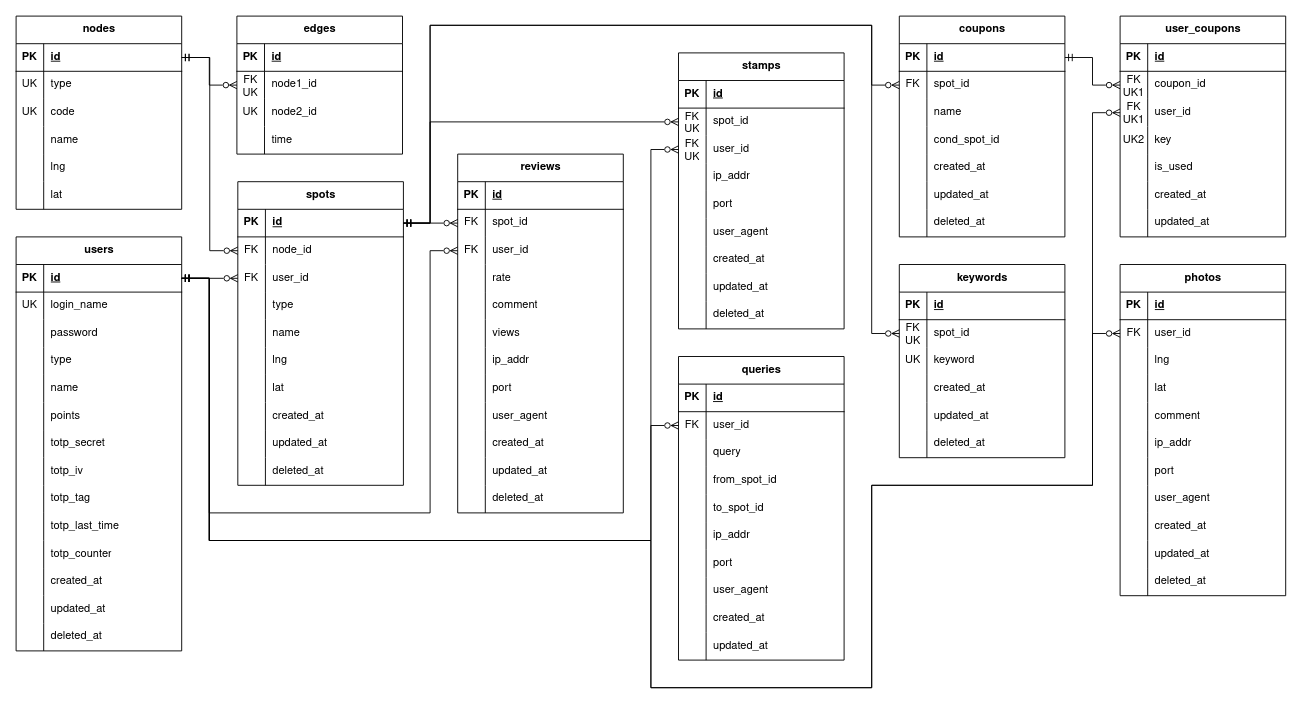
The draw.io diagram docs/figure/gaibu-er.drawio in r02092/se2025, before the edit. Source tidied: cells renumbered, new cells numbered last; positions are measured from the earlier drawing's top-left corner, leaving out a move shared by most shapes. Both pictures are drawn from the tidied source at 92%, with x=0, y=0 at pixel (16, 16).
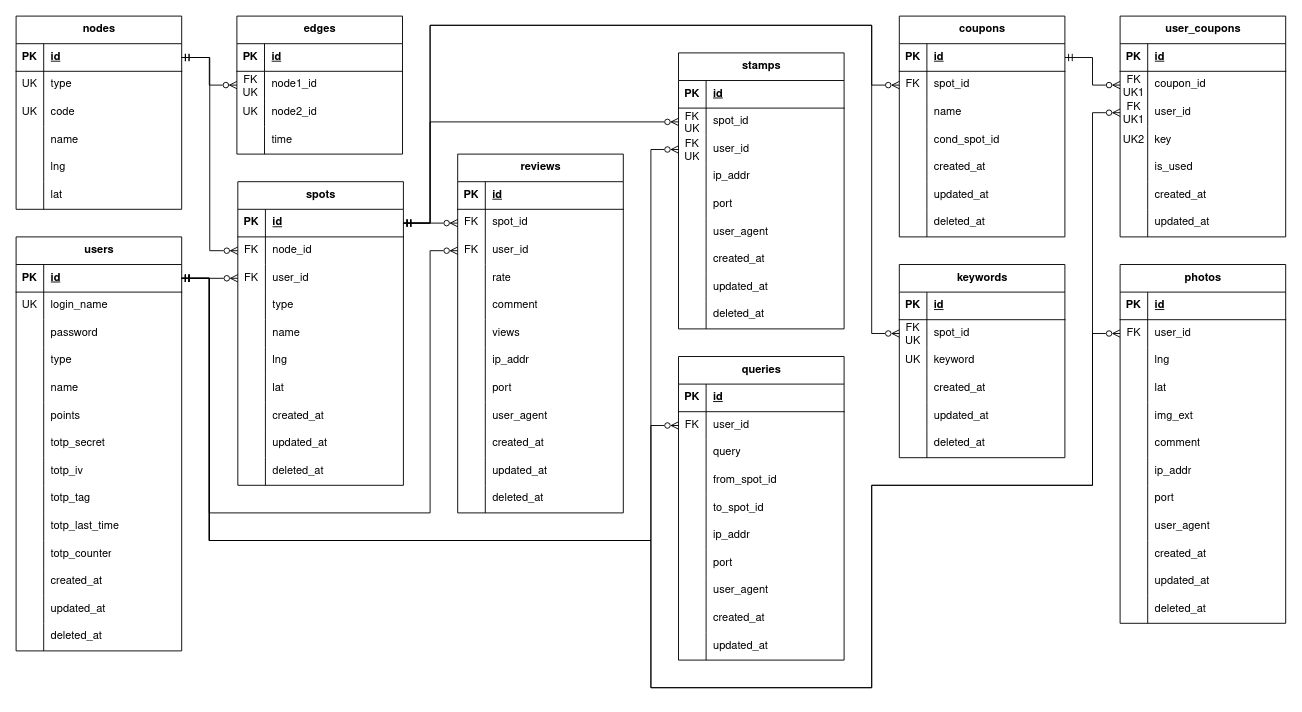
Above is the later version.

Commit message (it also covers changes not shown here):
photosテーブルに画像の拡張子を保存するカラムを追加

写真という性質上、多くはJPEGになると思うが一応

Change to the diagram source:
```diff
@@
     <mxCell id="147" value="photos" style="shape=table;startSize=30;childLayout=tableLayout;rowLines=0;fontStyle=1;align=center;html=1;fontFamily=Nimbus Sans;" parent="1" vertex="1">
-      <mxGeometry x="1200" y="270" width="180" height="360" as="geometry" />
+      <mxGeometry x="1200" y="270" width="180" height="390" as="geometry" />
     </mxCell>
@@
+    <mxCell id="314" style="shape=tableRow;horizontal=0;startSize=0;swimlaneHead=0;swimlaneBody=0;fillColor=none;top=0;left=0;right=0;bottom=0;fontFamily=Nimbus Sans;" parent="147" vertex="1">
+      <mxGeometry y="150" width="180" height="30" as="geometry" />
+    </mxCell>
+    <mxCell id="315" style="shape=partialRectangle;fillColor=none;top=0;left=0;bottom=0;right=0;overflow=hidden;whiteSpace=wrap;html=1;fontFamily=Nimbus Sans;" parent="314" vertex="1">
+      <mxGeometry width="30" height="30" as="geometry" />
+    </mxCell>
+    <mxCell id="316" value="img_ext" style="shape=partialRectangle;fillColor=none;top=0;left=0;bottom=0;right=0;align=left;spacingLeft=6;overflow=hidden;whiteSpace=wrap;html=1;fontFamily=Nimbus Sans;" parent="314" vertex="1">
+      <mxGeometry x="30" width="150" height="30" as="geometry" />
+    </mxCell>
     <mxCell id="160" style="shape=tableRow;horizontal=0;startSize=0;swimlaneHead=0;swimlaneBody=0;fillColor=none;top=0;left=0;right=0;bottom=0;fontFamily=Nimbus Sans;" parent="147" vertex="1">
-      <mxGeometry y="150" width="180" height="30" as="geometry" />
+      <mxGeometry y="180" width="180" height="30" as="geometry" />
     </mxCell>
@@
     <mxCell id="163" style="shape=tableRow;horizontal=0;startSize=0;swimlaneHead=0;swimlaneBody=0;fillColor=none;top=0;left=0;right=0;bottom=0;fontFamily=Nimbus Sans;" parent="147" vertex="1">
-      <mxGeometry y="180" width="180" height="30" as="geometry" />
+      <mxGeometry y="210" width="180" height="30" as="geometry" />
     </mxCell>
@@
     <mxCell id="166" style="shape=tableRow;horizontal=0;startSize=0;swimlaneHead=0;swimlaneBody=0;fillColor=none;top=0;left=0;right=0;bottom=0;fontFamily=Nimbus Sans;" parent="147" vertex="1">
-      <mxGeometry y="210" width="180" height="30" as="geometry" />
+      <mxGeometry y="240" width="180" height="30" as="geometry" />
     </mxCell>
@@
     <mxCell id="169" style="shape=tableRow;horizontal=0;startSize=0;swimlaneHead=0;swimlaneBody=0;fillColor=none;top=0;left=0;right=0;bottom=0;fontFamily=Nimbus Sans;" parent="147" vertex="1">
-      <mxGeometry y="240" width="180" height="30" as="geometry" />
+      <mxGeometry y="270" width="180" height="30" as="geometry" />
     </mxCell>
@@
     <mxCell id="172" style="shape=tableRow;horizontal=0;startSize=0;swimlaneHead=0;swimlaneBody=0;fillColor=none;top=0;left=0;right=0;bottom=0;fontFamily=Nimbus Sans;" parent="147" vertex="1">
-      <mxGeometry y="270" width="180" height="30" as="geometry" />
+      <mxGeometry y="300" width="180" height="30" as="geometry" />
     </mxCell>
@@
     <mxCell id="175" style="shape=tableRow;horizontal=0;startSize=0;swimlaneHead=0;swimlaneBody=0;fillColor=none;top=0;left=0;right=0;bottom=0;fontFamily=Nimbus Sans;" parent="147" vertex="1">
-      <mxGeometry y="300" width="180" height="30" as="geometry" />
+      <mxGeometry y="330" width="180" height="30" as="geometry" />
     </mxCell>
@@
     <mxCell id="178" style="shape=tableRow;horizontal=0;startSize=0;swimlaneHead=0;swimlaneBody=0;fillColor=none;top=0;left=0;right=0;bottom=0;fontFamily=Nimbus Sans;" parent="147" vertex="1">
-      <mxGeometry y="330" width="180" height="30" as="geometry" />
+      <mxGeometry y="360" width="180" height="30" as="geometry" />
     </mxCell>
```
